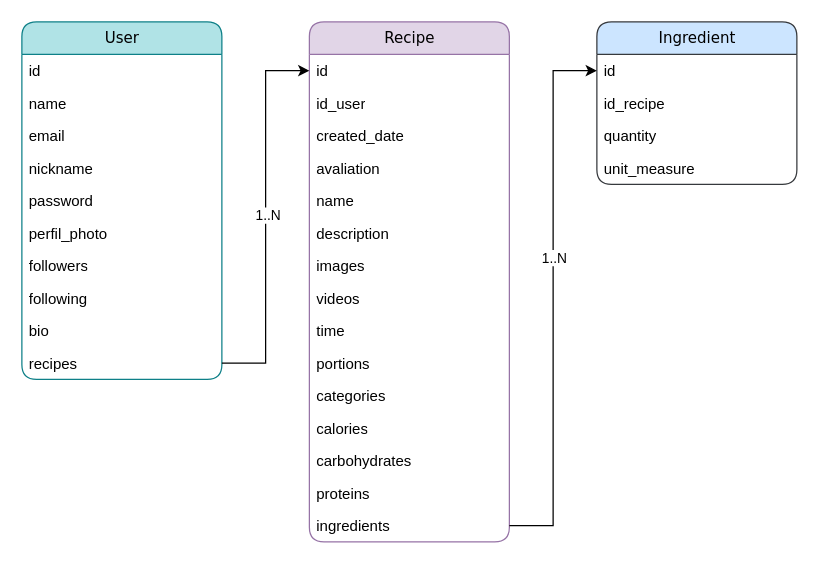
lalamp/project_recipesApp keeps this draw.io diagram as database diagram.drawio. Above is the earlier version. Source tidied: cells renumbered, new cells numbered last; positions are measured from the earlier drawing's top-left corner, leaving out a move shared by most shapes. Both pictures are drawn from the tidied source at 125%, with x=0, y=0 at pixel (21, 21).
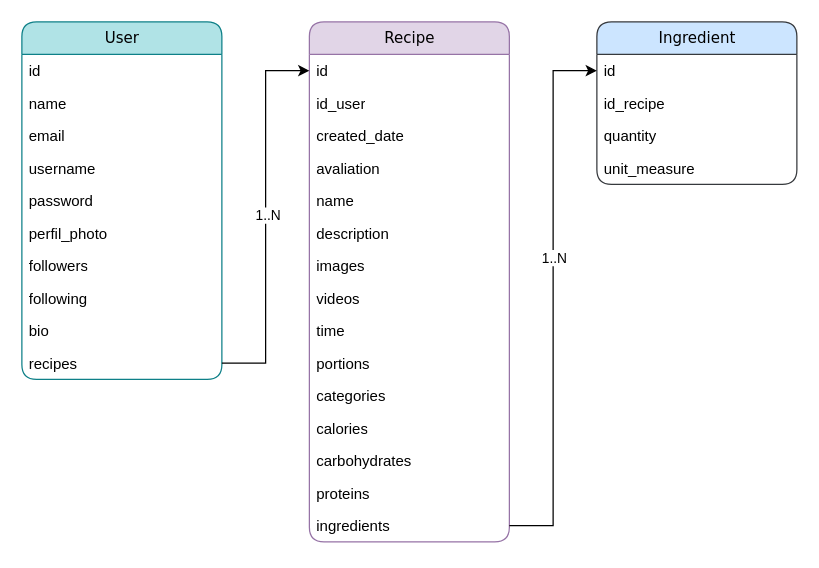
The same page after the edit.

Unchanged cells that the change refers to:
```xml
<mxCell id="2" value="User" style="swimlane;html=1;fontStyle=0;horizontal=1;startSize=26;fillColor=#b0e3e6;swimlaneFillColor=#ffffff;align=center;rounded=1;shadow=0;comic=0;labelBackgroundColor=none;strokeWidth=1;fontFamily=Verdana;fontSize=12;strokeColor=#0e8088;" parent="1" vertex="1">
  <mxGeometry width="160" height="286" as="geometry" />
</mxCell>
```

What changed in the source:
```diff
@@
-    <mxCell id="6" value="&lt;div&gt;nickname&lt;/div&gt;" style="text;html=1;strokeColor=none;fillColor=none;spacingLeft=4;spacingRight=4;whiteSpace=wrap;overflow=hidden;" parent="2" vertex="1">
+    <mxCell id="6" value="&lt;div&gt;username&lt;/div&gt;" style="text;html=1;strokeColor=none;fillColor=none;spacingLeft=4;spacingRight=4;whiteSpace=wrap;overflow=hidden;" parent="2" vertex="1">
       <mxGeometry y="104" width="160" height="26" as="geometry" />
     </mxCell>
```
